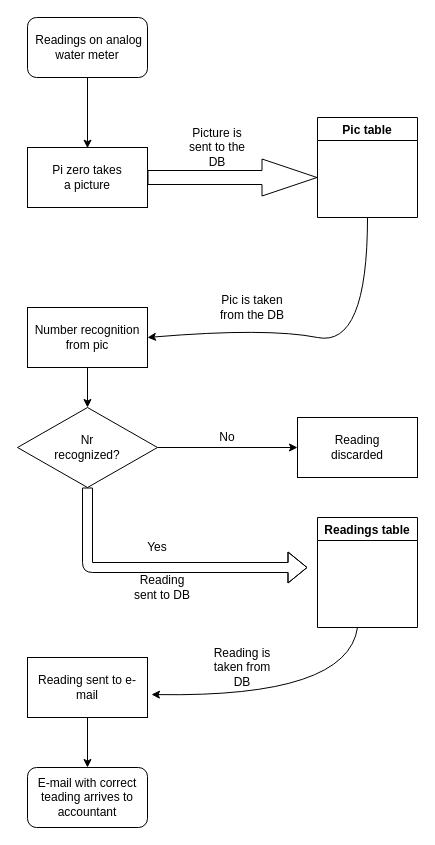
The draw.io diagram Untitled Diagram.drawio in peeterliik/veeArvesti, before the edit. Source tidied: cells renumbered, new cells numbered last; positions are measured from the earlier drawing's top-left corner, leaving out a move shared by most shapes. Both pictures are drawn from the tidied source at 100%, with x=0, y=0 at pixel (17, 17).
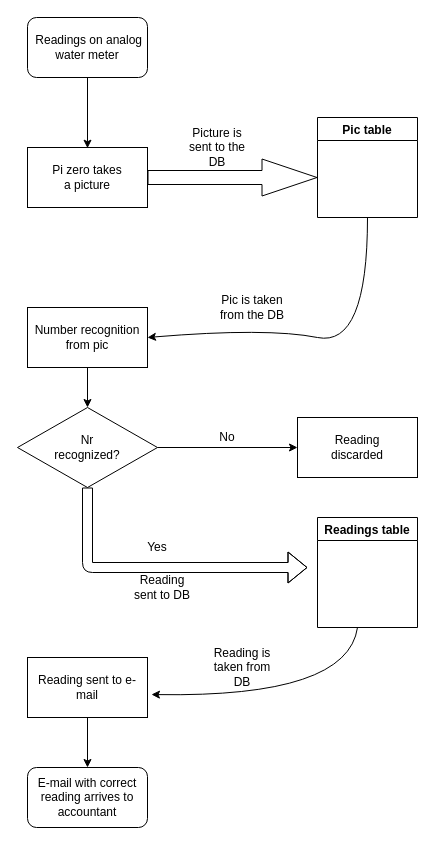
The same diagram, later.

The edit, as a diff of the source:
```diff
@@
-    <mxCell id="3" value="E-mail with correct teading arrives to accountant" style="rounded=1;whiteSpace=wrap;html=1;fontSize=12;glass=0;strokeWidth=1;shadow=0;" parent="1" vertex="1">
+    <mxCell id="3" value="E-mail with correct reading arrives to accountant" style="rounded=1;whiteSpace=wrap;html=1;fontSize=12;glass=0;strokeWidth=1;shadow=0;" parent="1" vertex="1">
       <mxGeometry x="10" y="750" width="120" height="60" as="geometry" />
     </mxCell>
```
